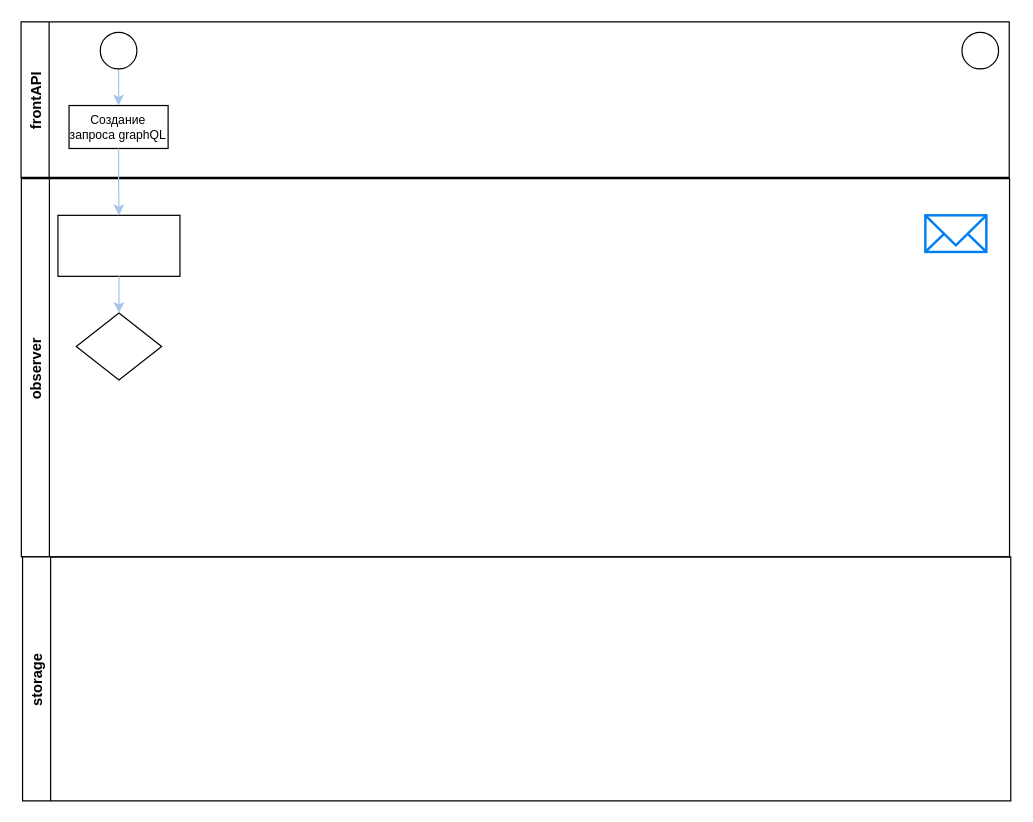
The draw.io diagram Диаграмма без названия.drawio in tumskiy/drawio, before the edit. Source tidied: cells renumbered, new cells numbered last; positions are measured from the earlier drawing's top-left corner, leaving out a move shared by most shapes. Both pictures are drawn from the tidied source at 122%, with x=0, y=0 at pixel (57, -395).
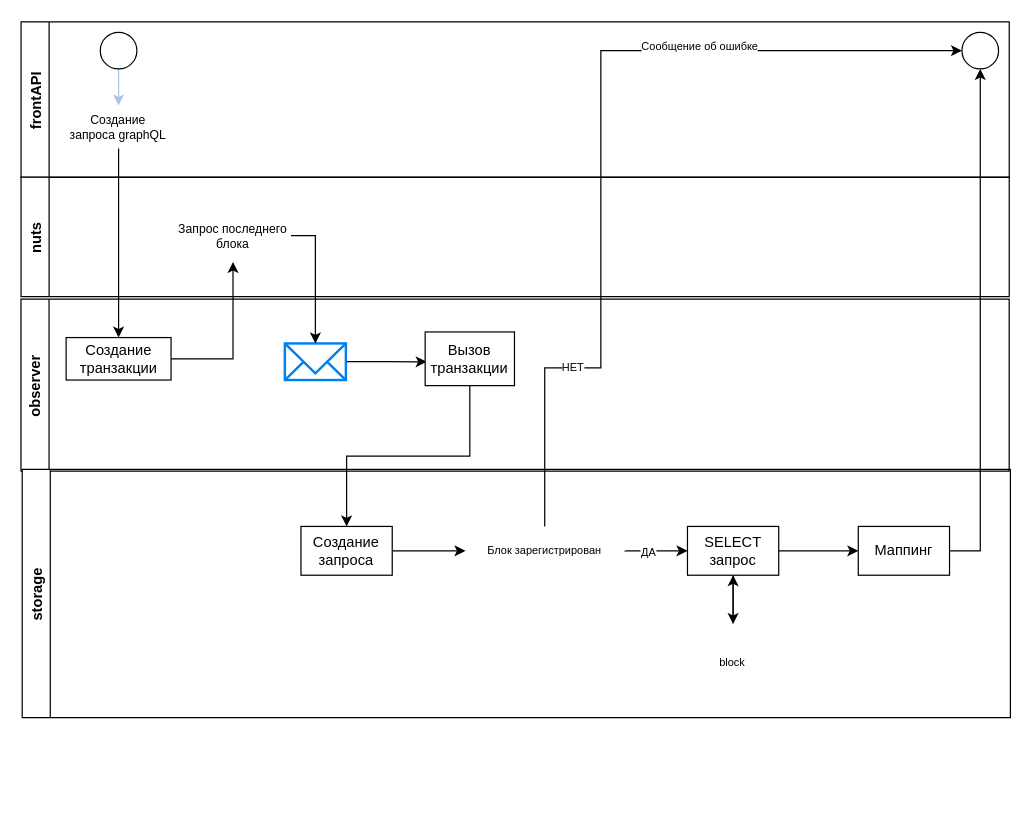
The same page after the edit.

Unchanged cells that the change refers to:
```xml
<mxCell id="2" value="frontAPI" style="swimlane;rotation=-90;" parent="1" vertex="1">
  <mxGeometry x="311" y="0.2" width="127.5" height="810" as="geometry" />
</mxCell>
<mxCell id="6" style="ellipse;whiteSpace=wrap;html=1;" parent="2" vertex="1">
  <mxGeometry x="430" y="349.8" width="30" height="30" as="geometry" />
</mxCell>
```

Diff of the diagram source:
```diff
@@
+    <mxCell id="7" value="observer" style="swimlane;rotation=-90;" parent="1" vertex="1">
+      <mxGeometry x="304.2" y="234.2" width="141" height="810" as="geometry" />
+    </mxCell>
+    <mxCell id="14" style="edgeStyle=orthogonalEdgeStyle;rounded=0;jettySize=auto;html=1;entryX=0.017;entryY=0.556;entryDx=0;entryDy=0;entryPerimeter=0;fontSize=9;" parent="7" edge="1" source="11" target="15">
+      <mxGeometry relative="1" as="geometry" />
+    </mxCell>
+    <mxCell id="11" style="html=1;verticalLabelPosition=bottom;align=center;labelBackgroundColor=#ffffff;verticalAlign=top;strokeWidth=2;strokeColor=#0080F0;shadow=0;dashed=0;shape=mxgraph.ios7.icons.mail;" parent="7" vertex="1">
+      <mxGeometry x="-118.2" y="370.8" width="50" height="30" as="geometry" />
+    </mxCell>
+    <mxCell id="15" value="Вызов транзакции" style="whiteSpace=wrap;html=1;" parent="7" vertex="1">
+      <mxGeometry x="-3.2" y="361.4" width="73.2" height="44" as="geometry" />
+    </mxCell>
+    <mxCell id="8" value="Создание транзакции" style="whiteSpace=wrap;html=1;" parent="7" vertex="1">
+      <mxGeometry x="-297.5" y="366" width="86" height="34.8" as="geometry" />
+    </mxCell>
@@
-    <mxCell id="5" value="Создание запроса graphQL" style="rounded=0;whiteSpace=wrap;html=1;strokeColor=#000000;fontSize=10;" parent="2" vertex="1">
+    <mxCell id="5" value="Создание запроса graphQL" style="rounded=0;whiteSpace=wrap;html=1;strokeColor=#FFFFFF;fontSize=10;" parent="2" vertex="1">
       <mxGeometry x="-301.9" y="409.8" width="81.2" height="35.2" as="geometry" />
     </mxCell>
@@
-    <mxCell id="7" value="observer" style="swimlane;rotation=-90;" parent="1" vertex="1">
-      <mxGeometry x="220" y="220" width="310" height="810" as="geometry" />
-    </mxCell>
-    <mxCell id="8" style="whiteSpace=wrap;html=1;" parent="7" vertex="1">
-      <mxGeometry x="-220" y="280" width="100" height="50" as="geometry" />
-    </mxCell>
-    <mxCell id="9" style="rhombus;whiteSpace=wrap;html=1;" parent="7" vertex="1">
-      <mxGeometry x="-205" y="360" width="70" height="55" as="geometry" />
-    </mxCell>
-    <mxCell id="10" style="edgeStyle=orthogonalEdgeStyle;rounded=0;jettySize=auto;html=1;strokeColor=#A9C4EB;" parent="7" edge="1" source="8" target="9">
-      <mxGeometry relative="1" as="geometry" />
-    </mxCell>
-    <mxCell id="11" style="html=1;verticalLabelPosition=bottom;align=center;labelBackgroundColor=#ffffff;verticalAlign=top;strokeWidth=2;strokeColor=#0080F0;shadow=0;dashed=0;shape=mxgraph.ios7.icons.mail;" parent="7" vertex="1">
-      <mxGeometry x="491" y="280" width="50" height="30" as="geometry" />
-    </mxCell>
     <mxCell id="12" value="storage" style="swimlane;rotation=-90;" parent="1" vertex="1">
-      <mxGeometry x="276" y="475" width="200" height="810" as="geometry" />
+      <mxGeometry x="274" y="405" width="203.4" height="810" as="geometry" />
     </mxCell>
+    <mxCell id="16" style="edgeStyle=orthogonalEdgeStyle;rounded=0;jettySize=auto;html=1;fontSize=9;" parent="12" edge="1" source="18" target="20">
+      <mxGeometry relative="1" as="geometry" />
+    </mxCell>
+    <mxCell id="17" style="edgeStyle=orthogonalEdgeStyle;rounded=0;jettySize=auto;html=1;fontSize=9;" parent="12" edge="1" source="18" target="21">
+      <mxGeometry relative="1" as="geometry" />
+    </mxCell>
+    <mxCell id="18" value="SELECT запрос" style="whiteSpace=wrap;html=1;" parent="12" vertex="1">
+      <mxGeometry x="242" y="350" width="74.8" height="40" as="geometry" />
+    </mxCell>
+    <mxCell id="19" style="edgeStyle=orthogonalEdgeStyle;rounded=0;jettySize=auto;html=1;entryX=0.5;entryY=1;entryDx=0;entryDy=0;fontSize=9;" parent="12" edge="1" source="20" target="18">
+      <mxGeometry relative="1" as="geometry" />
+    </mxCell>
+    <mxCell id="20" value="block" style="shape=cylinder3;whiteSpace=wrap;html=1;boundedLbl=1;backgroundOutline=1;size=7.615384615384528;fontSize=9;strokeColor=#FFFFFF;" parent="12" vertex="1">
+      <mxGeometry x="260.4" y="430" width="38" height="50" as="geometry" />
+    </mxCell>
+    <mxCell id="21" value="Маппинг" style="whiteSpace=wrap;html=1;" parent="12" vertex="1">
+      <mxGeometry x="382" y="350" width="74.8" height="40" as="geometry" />
+    </mxCell>
+    <mxCell id="22" style="edgeStyle=orthogonalEdgeStyle;rounded=0;jettySize=auto;html=1;fontSize=9;" parent="12" edge="1" source="24" target="18">
+      <mxGeometry relative="1" as="geometry">
+        <Array as="points">
+          <mxPoint x="207" y="370" />
+          <mxPoint x="207" y="370" />
+        </Array>
+      </mxGeometry>
+    </mxCell>
+    <mxCell id="23" value="ДА" style="edgeLabel;html=1;align=center;verticalAlign=middle;fontSize=9;" parent="22" vertex="1">
+      <mxGeometry x="-0.27" y="-1" relative="1" as="geometry" />
+    </mxCell>
+    <mxCell id="24" value="Блок зарегистрирован" style="rhombus;whiteSpace=wrap;html=1;fontSize=9;strokeColor=#FFFFFF;" parent="12" vertex="1">
+      <mxGeometry x="60" y="350" width="130" height="40" as="geometry" />
+    </mxCell>
+    <mxCell id="25" value="Создание запроса" style="whiteSpace=wrap;html=1;" parent="12" vertex="1">
+      <mxGeometry x="-74.8" y="350" width="74.8" height="40" as="geometry" />
+    </mxCell>
+    <mxCell id="26" style="edgeStyle=orthogonalEdgeStyle;rounded=0;jettySize=auto;html=1;fontSize=9;" parent="12" edge="1" source="25" target="24">
+      <mxGeometry relative="1" as="geometry" />
+    </mxCell>
+    <mxCell id="27" value="nuts" style="swimlane;rotation=-90;startSize=23;" parent="1" vertex="1">
+      <mxGeometry x="325.8" y="112.7" width="97.9" height="810" as="geometry" />
+    </mxCell>
+    <mxCell id="28" value="Запрос последнего блока" style="rounded=0;whiteSpace=wrap;html=1;strokeColor=#FFFFFF;fontSize=10;" parent="27" vertex="1">
+      <mxGeometry x="-229.8" y="382.3" width="95" height="43.2" as="geometry" />
+    </mxCell>
-    <mxCell id="13" style="edgeStyle=orthogonalEdgeStyle;rounded=0;jettySize=auto;html=1;strokeColor=#A9C4EB;" parent="1" edge="1" source="5" target="8">
+    <mxCell id="13" style="edgeStyle=orthogonalEdgeStyle;rounded=0;jettySize=auto;html=1;entryX=0.5;entryY=0;entryDx=0;entryDy=0;" parent="1" edge="1" source="5" target="8">
       <mxGeometry relative="1" as="geometry" />
     </mxCell>
+    <mxCell id="29" style="edgeStyle=orthogonalEdgeStyle;rounded=0;jettySize=auto;html=1;entryX=0.5;entryY=1;entryDx=0;entryDy=0;exitX=1;exitY=0.5;exitDx=0;exitDy=0;" parent="1" edge="1" source="8" target="28">
+      <mxGeometry relative="1" as="geometry" />
+    </mxCell>
+    <mxCell id="30" style="edgeStyle=orthogonalEdgeStyle;rounded=0;jettySize=auto;html=1;exitX=1;exitY=0.5;exitDx=0;exitDy=0;" parent="1" edge="1" source="28" target="11">
+      <mxGeometry relative="1" as="geometry" />
+    </mxCell>
+    <mxCell id="31" style="edgeStyle=orthogonalEdgeStyle;rounded=0;jettySize=auto;html=1;fontSize=9;exitX=0.5;exitY=1;exitDx=0;exitDy=0;" parent="1" edge="1" source="15" target="25">
+      <mxGeometry relative="1" as="geometry" />
+    </mxCell>
+    <mxCell id="32" style="edgeStyle=orthogonalEdgeStyle;rounded=0;jettySize=auto;html=1;entryX=0.5;entryY=1;entryDx=0;entryDy=0;fontSize=9;" parent="1" edge="1" source="21" target="6">
+      <mxGeometry relative="1" as="geometry" />
+    </mxCell>
+    <mxCell id="33" style="edgeStyle=orthogonalEdgeStyle;rounded=0;jettySize=auto;html=1;entryX=0;entryY=0.5;entryDx=0;entryDy=0;fontSize=9;exitX=0.5;exitY=0;exitDx=0;exitDy=0;" parent="1" edge="1" source="24" target="6">
+      <mxGeometry relative="1" as="geometry">
+        <Array as="points">
+          <mxPoint x="399" y="625" />
+          <mxPoint x="445" y="625" />
+          <mxPoint x="445" y="365" />
+        </Array>
+      </mxGeometry>
+    </mxCell>
+    <mxCell id="34" value="Сообщение об ошибке" style="edgeLabel;html=1;align=center;verticalAlign=middle;fontSize=9;rotation=0;" parent="33" vertex="1">
+      <mxGeometry x="-0.74" y="2" relative="1" as="geometry">
+        <mxPoint x="128" y="-299" as="offset" />
+      </mxGeometry>
+    </mxCell>
+    <mxCell id="35" value="НЕТ" style="edgeLabel;html=1;align=center;verticalAlign=middle;fontSize=9;" parent="33" vertex="1">
+      <mxGeometry x="-0.73" y="-2" relative="1" as="geometry">
+        <mxPoint x="20" y="-32" as="offset" />
+      </mxGeometry>
+    </mxCell>
```
